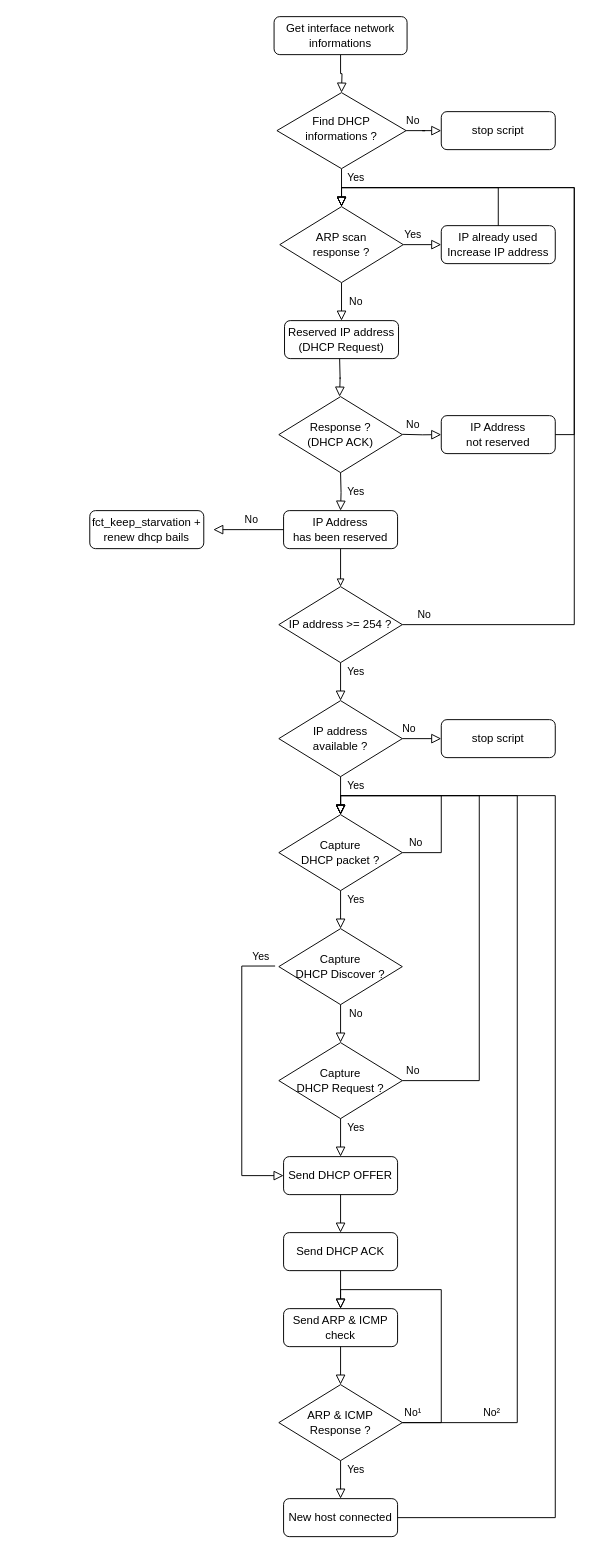
Ixod3/Rogue_DHCP_IPv4 keeps this draw.io diagram as diagramme_activité.drawio. Above is the earlier version. Source tidied: cells renumbered, new cells numbered last; positions are measured from the earlier drawing's top-left corner, leaving out a move shared by most shapes. Both pictures are drawn from the tidied source at 95%, with x=0, y=0 at pixel (89, 16).
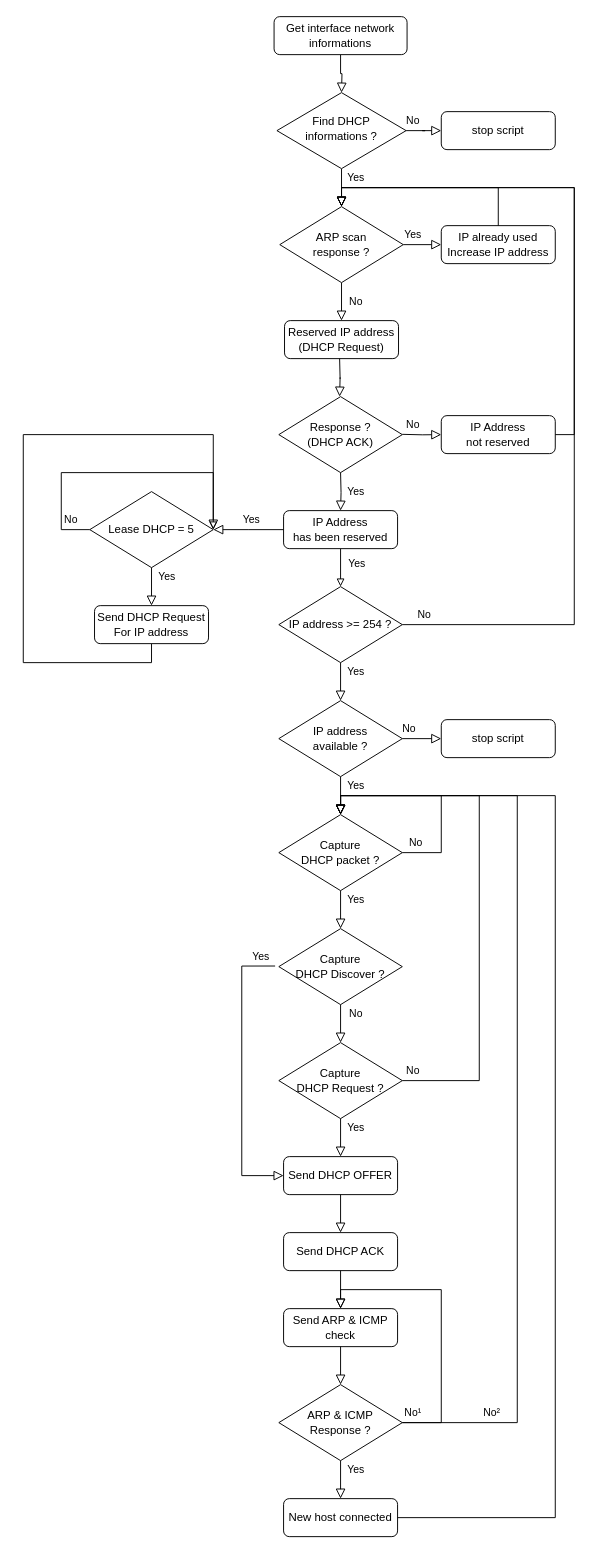
After the change.

The change refers to these unchanged cells:
```xml
<mxCell id="13" style="edgeStyle=orthogonalEdgeStyle;rounded=0;jettySize=auto;html=1;endArrow=block;endFill=0;exitX=0.5;exitY=1;exitDx=0;exitDy=0;" parent="1" edge="1" source="19" target="20">
  <mxGeometry relative="1" as="geometry" />
</mxCell>
<mxCell id="19" value="IP Address &lt;br&gt;has been reserved" style="rounded=1;whiteSpace=wrap;html=1;fontSize=12;glass=0;strokeWidth=1;shadow=0;spacing=-16;" parent="1" vertex="1">
  <mxGeometry x="204" y="520" width="120" height="40" as="geometry" />
</mxCell>
```

Diff of the diagram source:
```diff
@@
+    <mxCell id="52" value="Yes" style="edgeLabel;html=1;align=center;verticalAlign=middle;" parent="13" vertex="1">
+      <mxGeometry x="-0.23" y="1" relative="1" as="geometry">
+        <mxPoint x="15" as="offset" />
+      </mxGeometry>
+    </mxCell>
@@
-    <mxCell id="23" value="No" style="rounded=0;html=1;jettySize=auto;fontSize=11;endArrow=block;endFill=0;endSize=8;strokeWidth=1;shadow=0;labelBackgroundColor=none;edgeStyle=orthogonalEdgeStyle;spacing=-16;exitX=0;exitY=0.5;exitDx=0;exitDy=0;" parent="1" edge="1" source="19">
+    <mxCell id="23" value="Yes" style="rounded=0;html=1;jettySize=auto;fontSize=11;endArrow=block;endFill=0;endSize=8;strokeWidth=1;shadow=0;labelBackgroundColor=none;edgeStyle=orthogonalEdgeStyle;spacing=-16;exitX=0;exitY=0.5;exitDx=0;exitDy=0;" parent="1" edge="1" source="19">
       <mxGeometry x="-0.08" y="-10" relative="1" as="geometry">
         <mxPoint x="130" y="540" as="targetPoint" />
       </mxGeometry>
     </mxCell>
@@
-    <mxCell id="30" value="&lt;div&gt;fct_keep_starvation + renew dhcp bails&lt;/div&gt;" style="rounded=1;whiteSpace=wrap;html=1;fontSize=12;glass=0;strokeWidth=1;shadow=0;" parent="1" vertex="1">
-      <mxGeometry y="520" width="120" height="40" as="geometry" />
-    </mxCell>
@@
+    <mxCell id="53" value="Lease DHCP = 5" style="rhombus;whiteSpace=wrap;html=1;shadow=0;fontFamily=Helvetica;fontSize=12;align=center;strokeWidth=1;spacing=-20;spacingTop=0;" parent="1" vertex="1">
+      <mxGeometry y="500" width="130" height="80" as="geometry" />
+    </mxCell>
+    <mxCell id="54" value="Yes" style="edgeStyle=orthogonalEdgeStyle;rounded=0;html=1;jettySize=auto;fontSize=11;endArrow=block;endFill=0;endSize=8;strokeWidth=1;shadow=0;labelBackgroundColor=none;spacing=-16;exitX=0.5;exitY=1;exitDx=0;exitDy=0;entryX=0.5;entryY=0;entryDx=0;entryDy=0;" parent="1" edge="1" source="53" target="57">
+      <mxGeometry x="-0.5" y="16" relative="1" as="geometry" />
+    </mxCell>
+    <mxCell id="55" value="No" style="edgeStyle=orthogonalEdgeStyle;rounded=0;html=1;jettySize=auto;orthogonalLoop=1;fontSize=11;endArrow=block;endFill=0;endSize=8;strokeWidth=1;shadow=0;labelBackgroundColor=none;spacing=-16;exitX=0;exitY=0.5;exitDx=0;exitDy=0;entryX=1;entryY=0.5;entryDx=0;entryDy=0;" parent="1" edge="1" source="53" target="53">
+      <mxGeometry x="-0.74" y="-10" relative="1" as="geometry">
+        <Array as="points">
+          <mxPoint x="-30" y="540" />
+          <mxPoint x="-30" y="480" />
+          <mxPoint x="130" y="480" />
+        </Array>
+      </mxGeometry>
+    </mxCell>
+    <mxCell id="56" style="edgeStyle=orthogonalEdgeStyle;rounded=0;jettySize=auto;html=1;endArrow=block;endFill=0;exitX=0.5;exitY=1;exitDx=0;exitDy=0;" parent="1" edge="1" source="57">
+      <mxGeometry relative="1" as="geometry">
+        <mxPoint x="130" y="540" as="targetPoint" />
+        <Array as="points">
+          <mxPoint x="65" y="680" />
+          <mxPoint x="-70" y="680" />
+          <mxPoint x="-70" y="440" />
+          <mxPoint x="130" y="440" />
+        </Array>
+      </mxGeometry>
+    </mxCell>
+    <mxCell id="57" value="Send DHCP Request&lt;br&gt;For IP address" style="rounded=1;whiteSpace=wrap;html=1;fontSize=12;glass=0;strokeWidth=1;shadow=0;spacing=-16;" parent="1" vertex="1">
+      <mxGeometry x="5" y="620" width="120" height="40" as="geometry" />
+    </mxCell>
```
